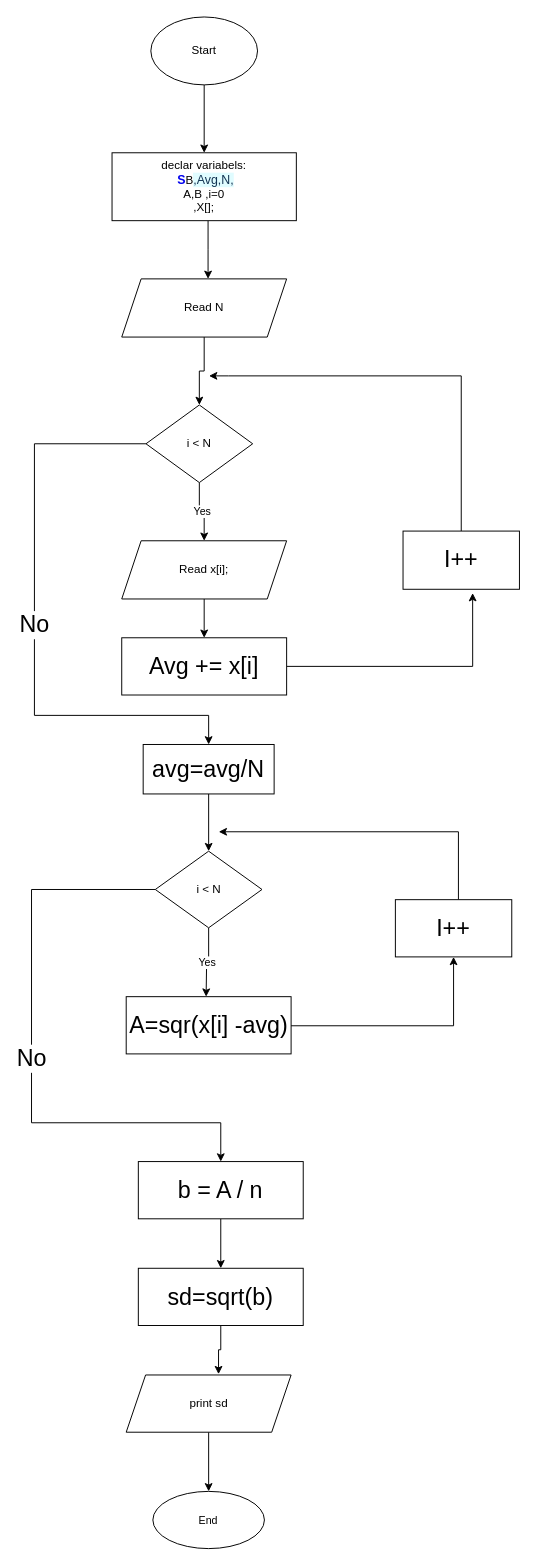
Above: Standard Division Diagram.drawio in Yaseen-Nasr/Algorithms_Analysis_and_Design (draw.io), before the change. Source tidied: cells renumbered, new cells numbered last; positions are measured from the earlier drawing's top-left corner, leaving out a move shared by most shapes. Both pictures are drawn from the tidied source at 97%, with x=0, y=0 at pixel (31, 16).
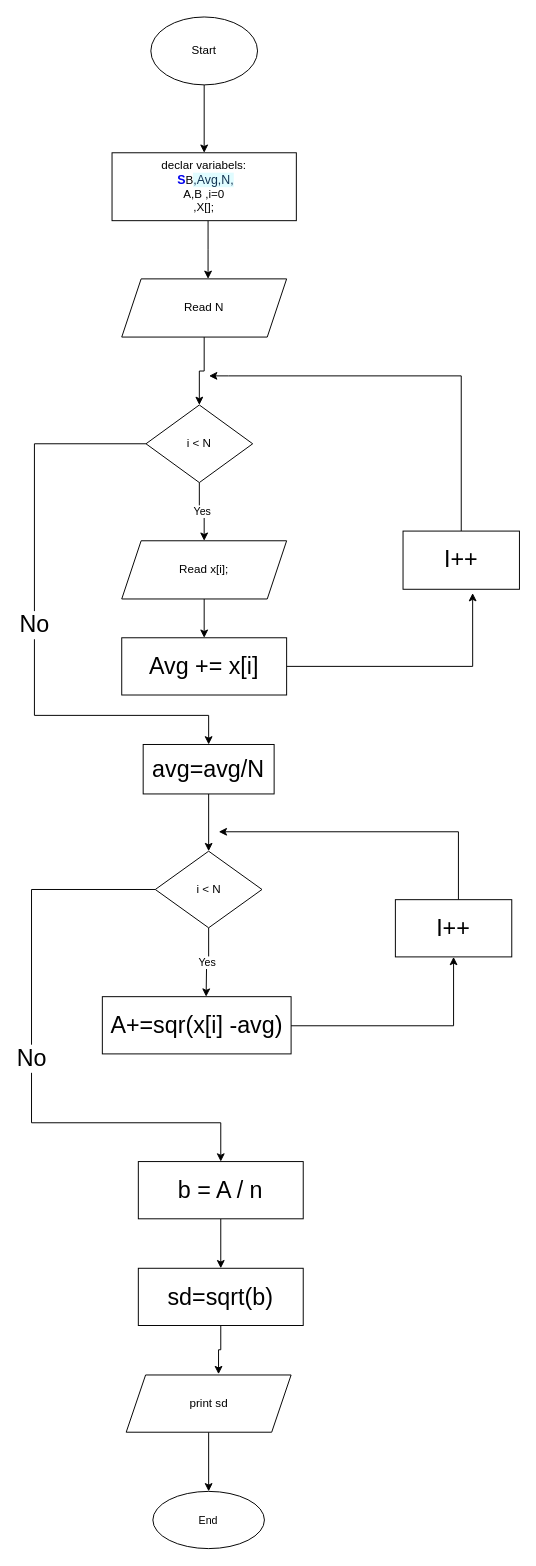
Above is the later version.

What changed in the source:
```diff
@@
-    <mxCell id="23" value="A=sqr(x[i] -avg)" style="rounded=0;whiteSpace=wrap;html=1;fontSize=24;" parent="1" vertex="1">
-      <mxGeometry x="97.6" y="1010" width="170" height="59" as="geometry" />
+    <mxCell id="23" value="A+=sqr(x[i] -avg)" style="rounded=0;whiteSpace=wrap;html=1;fontSize=24;" parent="1" vertex="1">
+      <mxGeometry x="73" y="1010" width="194.6" height="59" as="geometry" />
     </mxCell>
```
